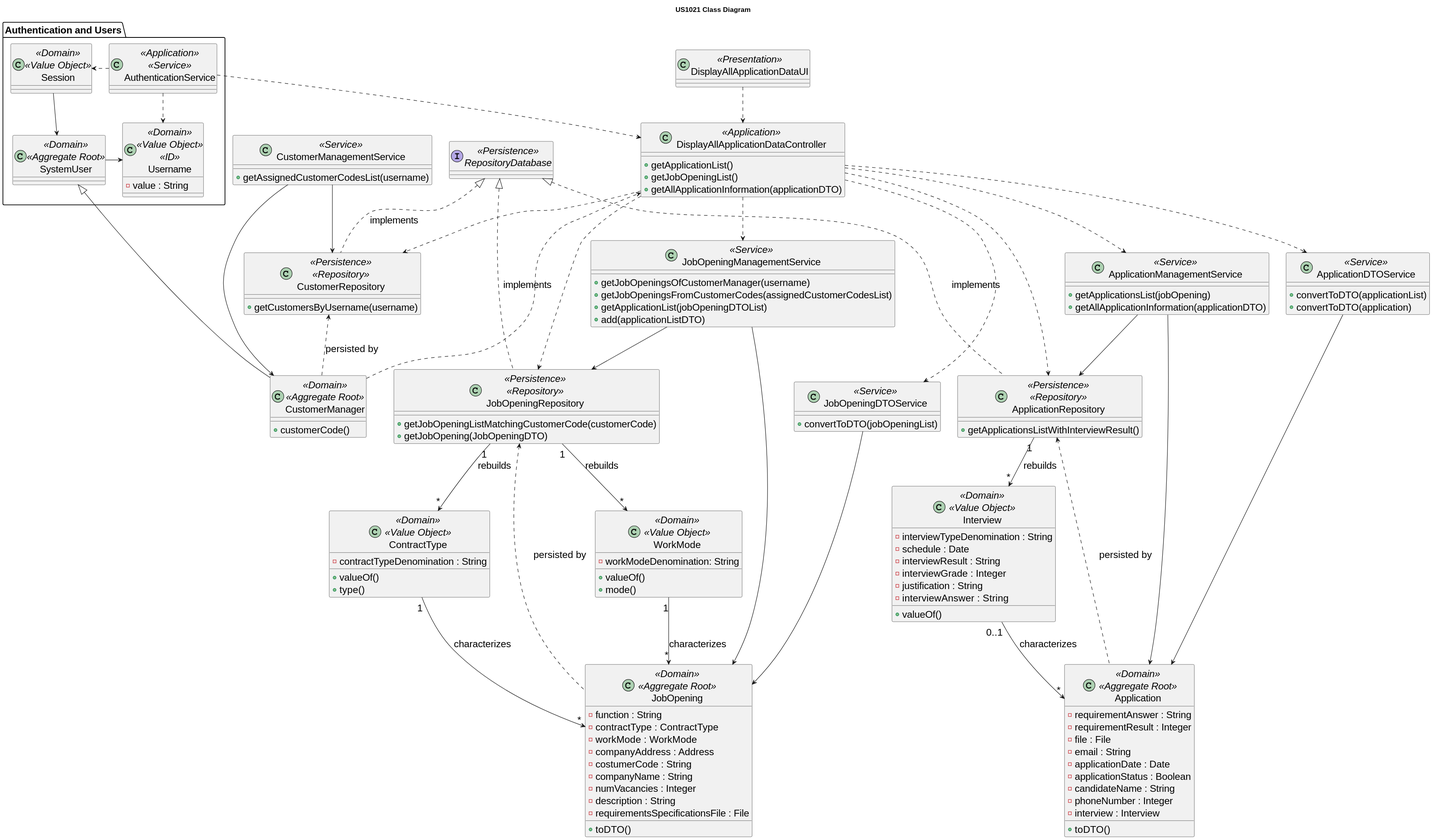
This is docs/sprint-c/us_1021/CD/US1021_CD.svg from rita-barbosa/LAPR4-2324, a PlantUML export, as it was before one commit. Source of this version:
```plantuml
@startuml
skinparamlocked defaultFontSize 20
title US1021 Class Diagram

    class DisplayAllApplicationDataUI <<Presentation>> {
    }

    class DisplayAllApplicationDataController <<Application>> {
        + getApplicationList()
        + getJobOpeningList()
        + getAllApplicationInformation(applicationDTO)
    }

class JobOpeningManagementService <<Service>> {
    + getJobOpeningsOfCustomerManager(username)
    + getJobOpeningsFromCustomerCodes(assignedCustomerCodesList)
    + getApplicationList(jobOpeningDTOList)
    + add(applicationListDTO)
}

class CustomerManagementService <<Service>> {
    + getAssignedCustomerCodesList(username)
}

class JobOpeningDTOService <<Service>> {
    + convertToDTO(jobOpeningList)
}

class ApplicationManagementService <<Service>> {
    + getApplicationsList(jobOpening)
    + getAllApplicationInformation(applicationDTO)
}

class ApplicationDTOService <<Service>> {
    + convertToDTO(applicationList)
    + convertToDTO(application)
}


    package "Authentication and Users" {
        class AuthenticationService <<Application>> <<Service>> {
        }
        class Session <<Domain>> <<Value Object>> {
        }
        class SystemUser <<Domain>> <<Aggregate Root>> {
        }
        class Username <<Domain>> <<Value Object>> <<ID>> {
            - value : String
        }
    }

    class CustomerManager <<Domain>> <<Aggregate Root>> {
        + customerCode()
    }

    class JobOpening <<Domain>> <<Aggregate Root>> {
        - function : String
        - contractType : ContractType
        - workMode : WorkMode
        - companyAddress : Address
        - costumerCode : String
        - companyName : String
        - numVacancies : Integer
        - description : String
        - requirementsSpecificationsFile : File
        + toDTO()
    }

    class WorkMode <<Domain>> <<Value Object>> {
        - workModeDenomination: String
        + valueOf()
        + mode()
    }

    class ContractType <<Domain>> <<Value Object>> {
        - contractTypeDenomination : String
        + valueOf()
        + type()
    }

    class Application <<Domain>> <<Aggregate Root>> {
        - requirementAnswer : String
        - requirementResult : Integer
        - file : File
        - email : String
        - applicationDate : Date
        - applicationStatus : Boolean
        - candidateName : String
        - phoneNumber : Integer
        - interview : Interview
        + toDTO()
    }

    class Interview <<Domain>> <<Value Object>> {
        - interviewTypeDenomination : String
        - schedule : Date
        - interviewResult : String
        - interviewGrade : Integer
        - justification : String
        - interviewAnswer :  String
        + valueOf()
    }

    class JobOpeningRepository <<Persistence>> <<Repository>> {
        + getJobOpeningListMatchingCustomerCode(customerCode)
        + getJobOpening(JobOpeningDTO)
    }

    class CustomerRepository <<Persistence>> <<Repository>> {
        + getCustomersByUsername(username)
    }

    class ApplicationRepository <<Persistence>> <<Repository>> {
        + getApplicationsListWithInterviewResult()
    }

    interface RepositoryDatabase <<Persistence>> {
    }

CustomerManager ..> DisplayAllApplicationDataController
DisplayAllApplicationDataUI ..> DisplayAllApplicationDataController
DisplayAllApplicationDataController ..> JobOpeningRepository
DisplayAllApplicationDataController ..> ApplicationRepository
DisplayAllApplicationDataController ..> CustomerRepository
DisplayAllApplicationDataController ..> ApplicationManagementService
DisplayAllApplicationDataController ..> JobOpeningManagementService
DisplayAllApplicationDataController ...> JobOpeningDTOService
DisplayAllApplicationDataController ..> ApplicationDTOService

WorkMode "1" --> "*" JobOpening : characterizes
ContractType "1" --> "*" JobOpening  : characterizes
Interview "0..1" --> "*" Application : characterizes
JobOpeningManagementService --> JobOpeningRepository
JobOpeningManagementService --> JobOpening
ApplicationManagementService --> Application
ApplicationManagementService --> ApplicationRepository
ApplicationDTOService --> Application
JobOpeningDTOService --> JobOpening
CustomerManagementService --> CustomerRepository
CustomerManagementService --> CustomerManager

JobOpeningRepository "1" --> "*" ContractType : rebuilds
JobOpeningRepository "1" --> "*" WorkMode : rebuilds
JobOpeningRepository <.. JobOpening : persisted by

ApplicationRepository <.. Application : persisted by
ApplicationRepository "1" --> "*" Interview : rebuilds


CustomerRepository <.. CustomerManager : persisted by

RepositoryDatabase <|.. JobOpeningRepository : implements
RepositoryDatabase <|.. ApplicationRepository : implements
RepositoryDatabase <|.. CustomerRepository : implements

Session --> SystemUser
SystemUser -> Username
AuthenticationService .> Username
AuthenticationService .> Session
AuthenticationService ..> DisplayAllApplicationDataController
CustomerManager --|> SystemUser
@enduml
```
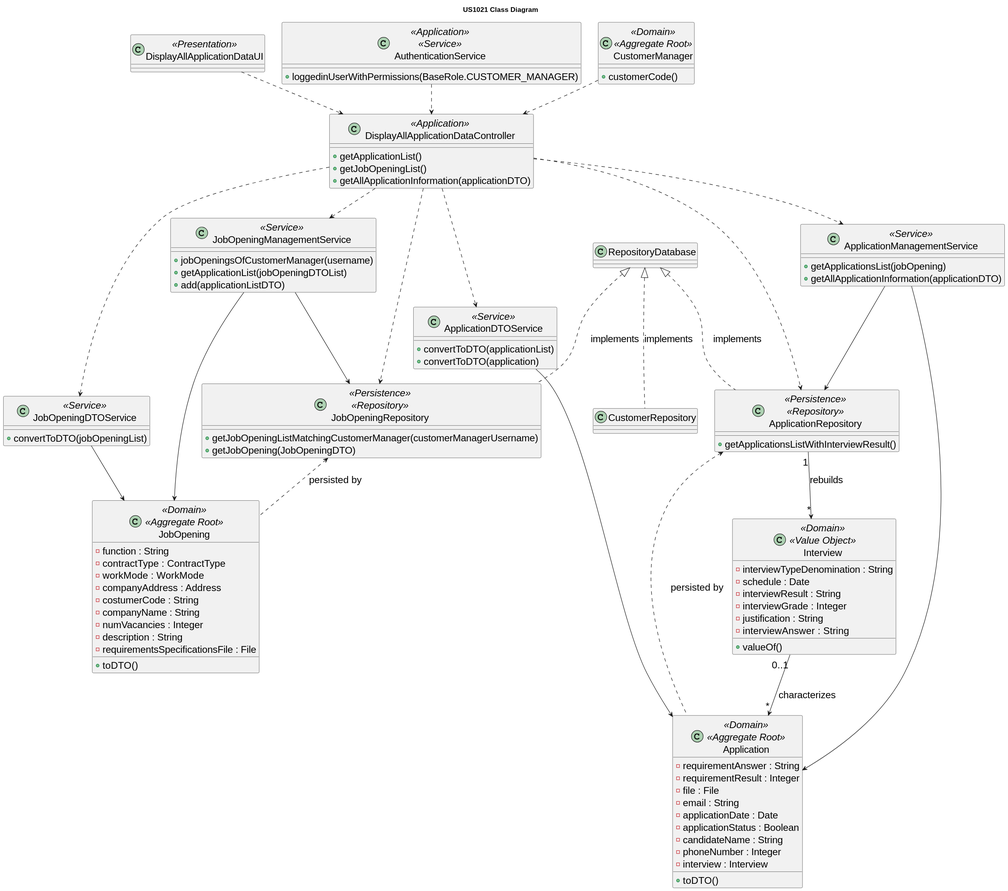
Above is the later version.

Commit message:
docs: updates class diagram of us1021.

(part related to get the job opening list)

[#213]

The edit, as a diff of the source:
```diff
@@ -12,14 +12,9 @@
     }
 
 class JobOpeningManagementService <<Service>> {
-    + getJobOpeningsOfCustomerManager(username)
-    + getJobOpeningsFromCustomerCodes(assignedCustomerCodesList)
+    + jobOpeningsOfCustomerManager(username)
     + getApplicationList(jobOpeningDTOList)
     + add(applicationListDTO)
-}
-
-class CustomerManagementService <<Service>> {
-    + getAssignedCustomerCodesList(username)
 }
 
 class JobOpeningDTOService <<Service>> {
@@ -37,16 +32,8 @@
 }
 
 
-    package "Authentication and Users" {
-        class AuthenticationService <<Application>> <<Service>> {
-        }
-        class Session <<Domain>> <<Value Object>> {
-        }
-        class SystemUser <<Domain>> <<Aggregate Root>> {
-        }
-        class Username <<Domain>> <<Value Object>> <<ID>> {
-            - value : String
-        }
+    class AuthenticationService <<Application>> <<Service>> {
+        + loggedinUserWithPermissions(BaseRole.CUSTOMER_MANAGER)
     }
 
     class CustomerManager <<Domain>> <<Aggregate Root>> {
@@ -64,18 +51,6 @@
         - description : String
         - requirementsSpecificationsFile : File
         + toDTO()
-    }
-
-    class WorkMode <<Domain>> <<Value Object>> {
-        - workModeDenomination: String
-        + valueOf()
-        + mode()
-    }
-
-    class ContractType <<Domain>> <<Value Object>> {
-        - contractTypeDenomination : String
-        + valueOf()
-        + type()
     }
 
     class Application <<Domain>> <<Aggregate Root>> {
@@ -102,33 +77,24 @@
     }
 
     class JobOpeningRepository <<Persistence>> <<Repository>> {
-        + getJobOpeningListMatchingCustomerCode(customerCode)
+        + getJobOpeningListMatchingCustomerManager(customerManagerUsername)
         + getJobOpening(JobOpeningDTO)
-    }
-
-    class CustomerRepository <<Persistence>> <<Repository>> {
-        + getCustomersByUsername(username)
     }
 
     class ApplicationRepository <<Persistence>> <<Repository>> {
         + getApplicationsListWithInterviewResult()
     }
 
-    interface RepositoryDatabase <<Persistence>> {
-    }
 
 CustomerManager ..> DisplayAllApplicationDataController
 DisplayAllApplicationDataUI ..> DisplayAllApplicationDataController
 DisplayAllApplicationDataController ..> JobOpeningRepository
 DisplayAllApplicationDataController ..> ApplicationRepository
-DisplayAllApplicationDataController ..> CustomerRepository
 DisplayAllApplicationDataController ..> ApplicationManagementService
 DisplayAllApplicationDataController ..> JobOpeningManagementService
 DisplayAllApplicationDataController ...> JobOpeningDTOService
 DisplayAllApplicationDataController ..> ApplicationDTOService
 
-WorkMode "1" --> "*" JobOpening : characterizes
-ContractType "1" --> "*" JobOpening  : characterizes
 Interview "0..1" --> "*" Application : characterizes
 JobOpeningManagementService --> JobOpeningRepository
 JobOpeningManagementService --> JobOpening
@@ -136,27 +102,16 @@
 ApplicationManagementService --> ApplicationRepository
 ApplicationDTOService --> Application
 JobOpeningDTOService --> JobOpening
-CustomerManagementService --> CustomerRepository
-CustomerManagementService --> CustomerManager
 
-JobOpeningRepository "1" --> "*" ContractType : rebuilds
-JobOpeningRepository "1" --> "*" WorkMode : rebuilds
 JobOpeningRepository <.. JobOpening : persisted by
 
 ApplicationRepository <.. Application : persisted by
 ApplicationRepository "1" --> "*" Interview : rebuilds
 
 
-CustomerRepository <.. CustomerManager : persisted by
-
 RepositoryDatabase <|.. JobOpeningRepository : implements
 RepositoryDatabase <|.. ApplicationRepository : implements
 RepositoryDatabase <|.. CustomerRepository : implements
 
-Session --> SystemUser
-SystemUser -> Username
-AuthenticationService .> Username
-AuthenticationService .> Session
 AuthenticationService ..> DisplayAllApplicationDataController
-CustomerManager --|> SystemUser
 @enduml
```
